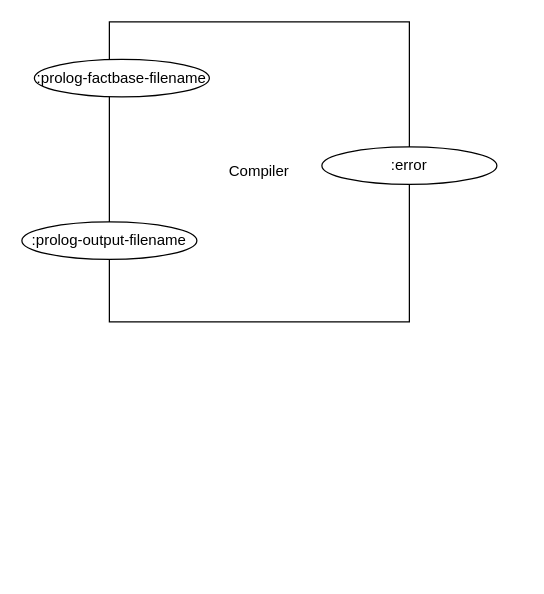
Before: page "Compiler V3" (1 of 11) of svg/cl-compiler/doc/compiler-test-bed.drawio in bmfbp/bmfbp, a draw.io diagram. Source tidied: cells renumbered, new cells numbered last; positions are measured from the earlier drawing's top-left corner, leaving out a move shared by most shapes. Both pictures are drawn from the tidied source at 125%, with x=0, y=0 at pixel (21, 21).
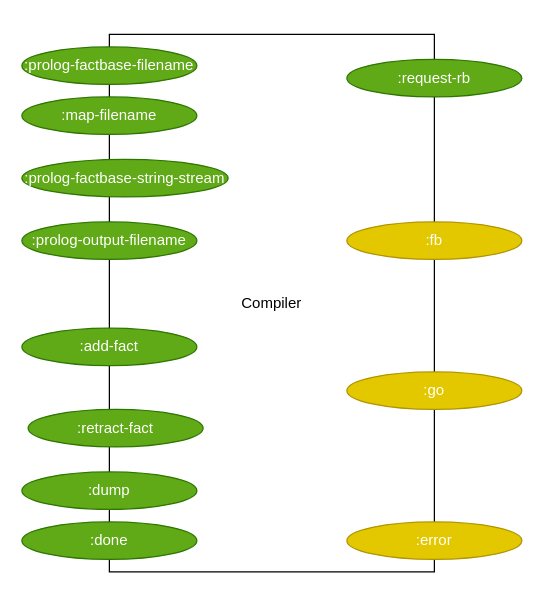
Above is the later version.

Commit message (it also covers changes not shown here):
rewired to to emit json and lisp to output pins

The edit, as a diff of the source:
```diff
@@
 <mxGraphModel>
   <root>
     <mxCell id="0" />
     <mxCell id="1" parent="0" />
-    <mxCell id="2" value="Compiler" style="whiteSpace=wrap;html=1;" parent="1" vertex="1">
-      <mxGeometry x="70" width="240" height="240" as="geometry" />
+    <mxCell id="2" value="Compiler" style="rounded=0;whiteSpace=wrap;html=1;" parent="1" vertex="1">
+      <mxGeometry x="70" y="10" width="260" height="430" as="geometry" />
     </mxCell>
-    <mxCell id="3" value=":prolog-factbase-filename&lt;br&gt;" style="ellipse;whiteSpace=wrap;html=1;" parent="1" vertex="1">
-      <mxGeometry x="10" y="30" width="140" height="30" as="geometry" />
+    <mxCell id="3" value=":prolog-factbase-filename&lt;br&gt;" style="ellipse;whiteSpace=wrap;html=1;fillColor=#60a917;strokeColor=#2D7600;fontColor=#ffffff;" parent="1" vertex="1">
+      <mxGeometry y="20" width="140" height="30" as="geometry" />
     </mxCell>
-    <mxCell id="4" value=":prolog-output-filename" style="ellipse;whiteSpace=wrap;html=1;" parent="1" vertex="1">
+    <mxCell id="4" value=":prolog-output-filename" style="ellipse;whiteSpace=wrap;html=1;fillColor=#60a917;strokeColor=#2D7600;fontColor=#ffffff;" parent="1" vertex="1">
       <mxGeometry y="160" width="140" height="30" as="geometry" />
     </mxCell>
+    <mxCell id="6" value=":done" style="ellipse;whiteSpace=wrap;html=1;fillColor=#60a917;strokeColor=#2D7600;fontColor=#ffffff;" parent="1" vertex="1">
+      <mxGeometry y="400" width="140" height="30" as="geometry" />
+    </mxCell>
+    <mxCell id="7" value=":add-fact" style="ellipse;whiteSpace=wrap;html=1;fillColor=#60a917;strokeColor=#2D7600;fontColor=#ffffff;" parent="1" vertex="1">
+      <mxGeometry y="245" width="140" height="30" as="geometry" />
+    </mxCell>
+    <mxCell id="8" value=":request-rb" style="ellipse;whiteSpace=wrap;html=1;fillColor=#60a917;strokeColor=#2D7600;fontColor=#ffffff;" parent="1" vertex="1">
+      <mxGeometry x="260" y="30" width="140" height="30" as="geometry" />
+    </mxCell>
+    <mxCell id="9" value=":retract-fact" style="ellipse;whiteSpace=wrap;html=1;fillColor=#60a917;strokeColor=#2D7600;fontColor=#ffffff;" parent="1" vertex="1">
+      <mxGeometry x="5" y="310" width="140" height="30" as="geometry" />
+    </mxCell>
+    <mxCell id="10" value=":dump" style="ellipse;whiteSpace=wrap;html=1;fillColor=#60a917;strokeColor=#2D7600;fontColor=#ffffff;" parent="1" vertex="1">
+      <mxGeometry y="360" width="140" height="30" as="geometry" />
+    </mxCell>
+    <mxCell id="11" value=":map-filename" style="ellipse;whiteSpace=wrap;html=1;fillColor=#60a917;strokeColor=#2D7600;fontColor=#ffffff;" parent="1" vertex="1">
+      <mxGeometry y="60" width="140" height="30" as="geometry" />
+    </mxCell>
+    <mxCell id="12" value=":prolog-factbase-string-stream" style="ellipse;whiteSpace=wrap;html=1;fillColor=#60a917;strokeColor=#2D7600;fontColor=#ffffff;" parent="1" vertex="1">
+      <mxGeometry y="110" width="165" height="30" as="geometry" />
+    </mxCell>
-    <mxCell id="5" value=":error" style="ellipse;whiteSpace=wrap;html=1;" parent="1" vertex="1">
-      <mxGeometry x="240" y="100" width="140" height="30" as="geometry" />
+    <mxCell id="5" value=":error" style="ellipse;whiteSpace=wrap;html=1;fillColor=#e3c800;strokeColor=#B09500;fontColor=#ffffff;" parent="1" vertex="1">
+      <mxGeometry x="260" y="400" width="140" height="30" as="geometry" />
     </mxCell>
+    <mxCell id="13" value=":fb" style="ellipse;whiteSpace=wrap;html=1;fillColor=#e3c800;strokeColor=#B09500;fontColor=#ffffff;" parent="1" vertex="1">
+      <mxGeometry x="260" y="160" width="140" height="30" as="geometry" />
+    </mxCell>
+    <mxCell id="14" value=":go" style="ellipse;whiteSpace=wrap;html=1;fillColor=#e3c800;strokeColor=#B09500;fontColor=#ffffff;" parent="1" vertex="1">
+      <mxGeometry x="260" y="280" width="140" height="30" as="geometry" />
+    </mxCell>
   </root>
 </mxGraphModel>
```
